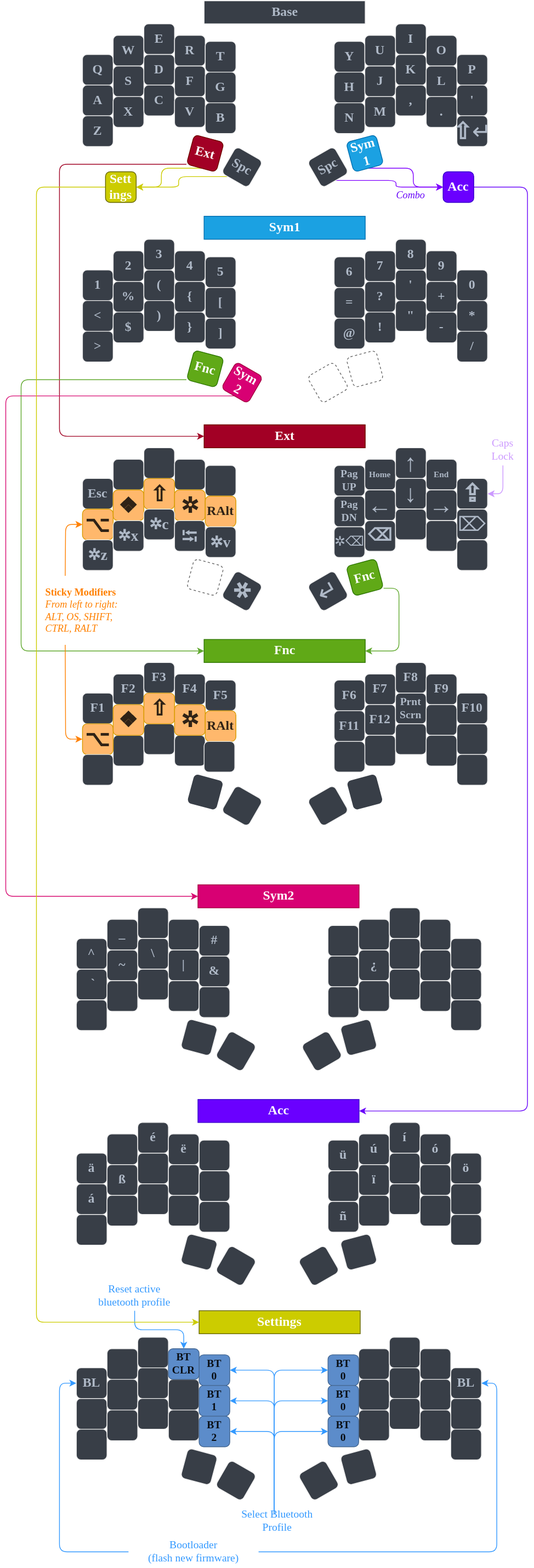
nreymundo/zmk-sweep keeps this draw.io diagram as assets/sweep_layout.svg. Above is the earlier version. Source tidied: cells renumbered, new cells last; positions are measured from the earlier drawing's top-left corner, leaving out a move shared by most shapes.
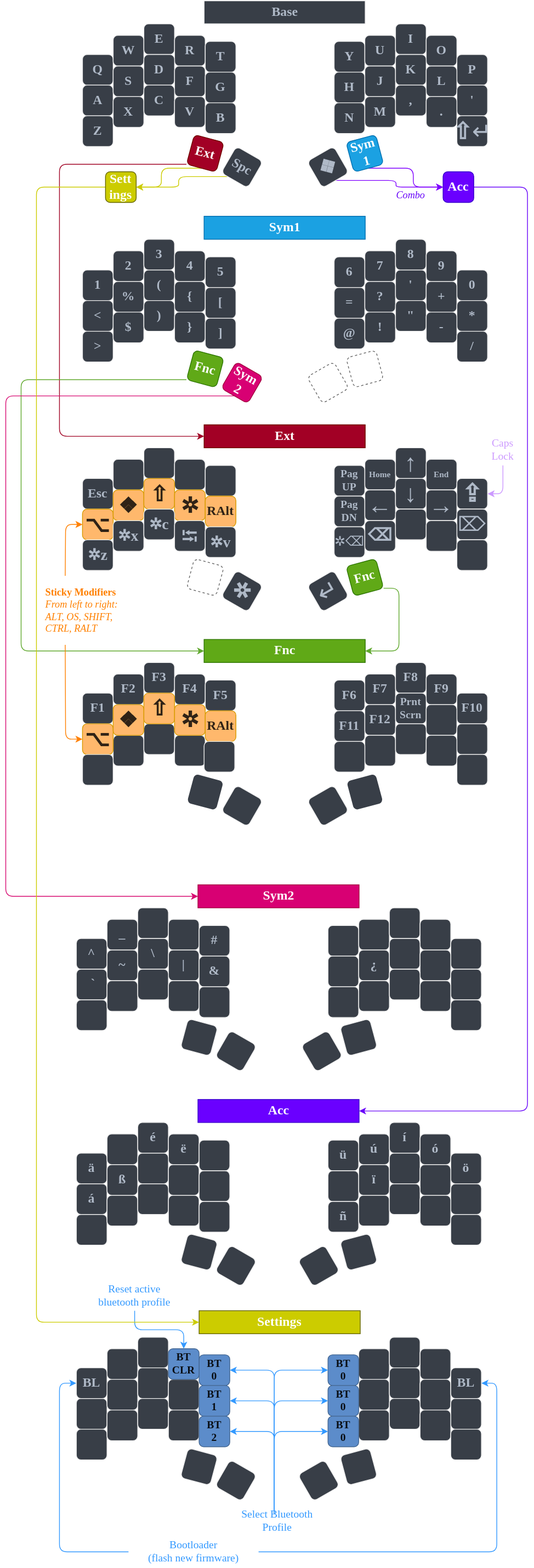
Above is the later version.

Commit message:
Replace right space for super

What changed in the source:
```diff
@@ -115,7 +115,7 @@
     <mxCell id="37" style="edgeStyle=orthogonalEdgeStyle;rounded=1;jettySize=auto;html=1;exitX=0.5;exitY=1;exitDx=0;exitDy=0;entryX=0;entryY=0.5;entryDx=0;entryDy=0;fontFamily=Verdana;fontSize=14;fontColor=#6906F9;strokeColor=#7F00FF;" parent="1" edge="1" source="38" target="116">
       <mxGeometry relative="1" as="geometry" />
     </mxCell>
-    <mxCell id="38" value="&lt;font style=&quot;font-size: 17px;&quot;&gt;Spc&lt;/font&gt;" style="whiteSpace=wrap;html=1;rotation=-30;fontSize=17;fontFamily=Verdana;fontStyle=1;fontColor=#AFB9C7;fillColor=#383E47;rounded=1;" parent="1" vertex="1">
+    <mxCell id="38" value="&lt;span style=&quot;font-family: &amp;quot;segoe ui emoji&amp;quot;, &amp;quot;apple color emoji&amp;quot;, &amp;quot;noto color emoji&amp;quot;; font-size: 28px;&quot;&gt;❖&lt;/span&gt;" style="whiteSpace=wrap;html=1;rotation=-30;fontSize=17;fontFamily=Verdana;fontStyle=1;fontColor=#AFB9C7;fillColor=#383E47;rounded=1;" parent="1" vertex="1">
       <mxGeometry x="400" y="197" width="40" height="40" as="geometry" />
     </mxCell>
     <mxCell id="39" style="edgeStyle=orthogonalEdgeStyle;rounded=1;jettySize=auto;html=1;exitX=0.5;exitY=1;exitDx=0;exitDy=0;entryX=0;entryY=0.5;entryDx=0;entryDy=0;fontFamily=Verdana;fontSize=14;fontColor=#6906F9;strokeColor=#7F00FF;" parent="1" edge="1" source="40" target="116">
```
